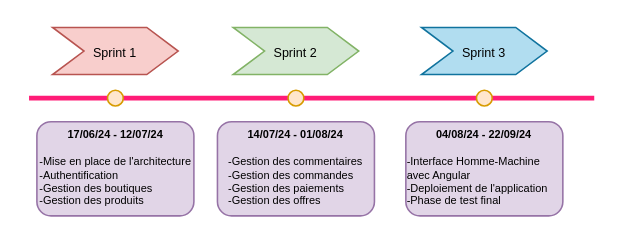
Above: specification des sprints.drawio in amine-elarass49/angular_doc (draw.io), before the change. Source tidied: cells renumbered, new cells numbered last; positions are measured from the earlier drawing's top-left corner, leaving out a move shared by most shapes. Both pictures are drawn from the tidied source at 157%, with x=0, y=0 at pixel (28, 27).
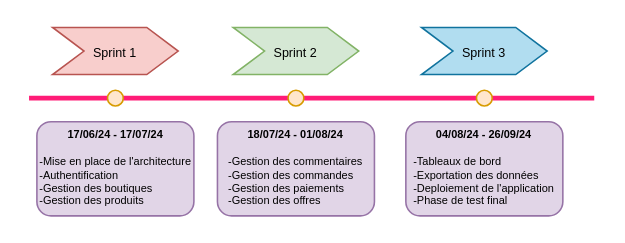
Above is the later version.

The edit, as a diff of the source:
```diff
@@
 <mxGraphModel>
   <root>
     <mxCell id="0" />
     <mxCell id="1" parent="0" />
-    <mxCell id="2" value="&lt;div style=&quot;font-size: 7px;&quot; align=&quot;center&quot;&gt;&lt;b&gt;&lt;font style=&quot;font-size: 7px;&quot;&gt;17/06/24 - 12/07/24&lt;br&gt;&lt;/font&gt;&lt;/b&gt;&lt;/div&gt;&lt;div style=&quot;font-size: 7px;&quot; align=&quot;left&quot;&gt;&lt;b&gt;&lt;font style=&quot;font-size: 7px;&quot;&gt;&lt;br&gt;&lt;/font&gt;&lt;/b&gt;&lt;/div&gt;&lt;div style=&quot;font-size: 7px;&quot; align=&quot;left&quot;&gt;&lt;font style=&quot;font-size: 7px;&quot;&gt;-Mise en place de l'architecture &lt;br&gt;&lt;/font&gt;&lt;/div&gt;&lt;div style=&quot;font-size: 7px;&quot; align=&quot;left&quot;&gt;&lt;font style=&quot;font-size: 7px;&quot;&gt;-Authentification&lt;/font&gt;&lt;/div&gt;&lt;div style=&quot;font-size: 7px;&quot; align=&quot;left&quot;&gt;&lt;font style=&quot;font-size: 7px;&quot;&gt;-Gestion des boutiques&lt;/font&gt;&lt;/div&gt;&lt;div style=&quot;font-size: 7px;&quot; align=&quot;left&quot;&gt;&lt;font style=&quot;font-size: 7px;&quot;&gt;-Gestion des produits&lt;/font&gt;&lt;/div&gt;" style="rounded=1;whiteSpace=wrap;html=1;fillColor=#e1d5e7;strokeColor=#9673a6;align=left;" parent="1" vertex="1">
+    <mxCell id="2" value="&lt;div style=&quot;font-size: 7px;&quot; align=&quot;center&quot;&gt;&lt;b&gt;&lt;font style=&quot;font-size: 7px;&quot;&gt;17/06/24 - 17/07/24&lt;br&gt;&lt;/font&gt;&lt;/b&gt;&lt;/div&gt;&lt;div style=&quot;font-size: 7px;&quot; align=&quot;left&quot;&gt;&lt;b&gt;&lt;font style=&quot;font-size: 7px;&quot;&gt;&lt;br&gt;&lt;/font&gt;&lt;/b&gt;&lt;/div&gt;&lt;div style=&quot;font-size: 7px;&quot; align=&quot;left&quot;&gt;&lt;font style=&quot;font-size: 7px;&quot;&gt;-Mise en place de l'architecture &lt;br&gt;&lt;/font&gt;&lt;/div&gt;&lt;div style=&quot;font-size: 7px;&quot; align=&quot;left&quot;&gt;&lt;font style=&quot;font-size: 7px;&quot;&gt;-Authentification&lt;/font&gt;&lt;/div&gt;&lt;div style=&quot;font-size: 7px;&quot; align=&quot;left&quot;&gt;&lt;font style=&quot;font-size: 7px;&quot;&gt;-Gestion des boutiques&lt;/font&gt;&lt;/div&gt;&lt;div style=&quot;font-size: 7px;&quot; align=&quot;left&quot;&gt;&lt;font style=&quot;font-size: 7px;&quot;&gt;-Gestion des produits&lt;/font&gt;&lt;/div&gt;" style="rounded=1;whiteSpace=wrap;html=1;fillColor=#e1d5e7;strokeColor=#9673a6;align=left;" parent="1" vertex="1">
       <mxGeometry x="5" y="60" width="100" height="60" as="geometry" />
     </mxCell>
     <mxCell id="3" style="endArrow=none;html=1;rounded=0;strokeColor=#FF1C77;strokeWidth=3;" parent="1" edge="1">
       <mxGeometry relative="1" as="geometry">
         <mxPoint y="45" as="sourcePoint" />
         <mxPoint x="360" y="45" as="targetPoint" />
       </mxGeometry>
     </mxCell>
     <mxCell id="4" style="ellipse;whiteSpace=wrap;html=1;perimeterSpacing=4;strokeWidth=1;fillColor=#ffe6cc;strokeColor=#d79b00;" parent="1" vertex="1">
       <mxGeometry x="50" y="40" width="10" height="10" as="geometry" />
     </mxCell>
     <mxCell id="5" value="&lt;font style=&quot;font-size: 8px;&quot;&gt;Sprint 1&lt;/font&gt;" style="shape=step;perimeter=stepPerimeter;whiteSpace=wrap;html=1;fixedSize=1;fillColor=#f8cecc;strokeColor=#b85450;" parent="1" vertex="1">
       <mxGeometry x="15" width="80" height="30" as="geometry" />
     </mxCell>
-    <mxCell id="6" value="&lt;div style=&quot;font-size: 7px;&quot;&gt;&lt;b&gt;&lt;font style=&quot;font-size: 7px;&quot;&gt;14/07/24 - 01/08/24&lt;br&gt;&lt;/font&gt;&lt;/b&gt;&lt;/div&gt;&lt;div style=&quot;font-size: 7px;&quot; align=&quot;left&quot;&gt;&lt;b&gt;&lt;font style=&quot;font-size: 7px;&quot;&gt;&lt;br&gt;&lt;/font&gt;&lt;/b&gt;&lt;/div&gt;&lt;div style=&quot;font-size: 7px;&quot; align=&quot;left&quot;&gt;&lt;font style=&quot;font-size: 7px;&quot;&gt;-Gestion des commentaires&lt;br&gt;&lt;/font&gt;&lt;/div&gt;&lt;div style=&quot;font-size: 7px;&quot; align=&quot;left&quot;&gt;&lt;font style=&quot;font-size: 7px;&quot;&gt;-Gestion des commandes&lt;br&gt;&lt;/font&gt;&lt;/div&gt;&lt;div style=&quot;font-size: 7px;&quot; align=&quot;left&quot;&gt;&lt;font style=&quot;font-size: 7px;&quot;&gt;-Gestion des paiements&lt;/font&gt;&lt;/div&gt;&lt;div style=&quot;font-size: 7px;&quot; align=&quot;left&quot;&gt;&lt;font style=&quot;font-size: 7px;&quot;&gt;-Gestion des offres&lt;br&gt;&lt;/font&gt;&lt;/div&gt;" style="rounded=1;whiteSpace=wrap;html=1;fillColor=#e1d5e7;strokeColor=#9673a6;" parent="1" vertex="1">
+    <mxCell id="6" value="&lt;div style=&quot;font-size: 7px;&quot;&gt;&lt;b&gt;&lt;font style=&quot;font-size: 7px;&quot;&gt;18/07/24 - 01/08/24&lt;br&gt;&lt;/font&gt;&lt;/b&gt;&lt;/div&gt;&lt;div style=&quot;font-size: 7px;&quot; align=&quot;left&quot;&gt;&lt;b&gt;&lt;font style=&quot;font-size: 7px;&quot;&gt;&lt;br&gt;&lt;/font&gt;&lt;/b&gt;&lt;/div&gt;&lt;div style=&quot;font-size: 7px;&quot; align=&quot;left&quot;&gt;&lt;font style=&quot;font-size: 7px;&quot;&gt;-Gestion des commentaires&lt;br&gt;&lt;/font&gt;&lt;/div&gt;&lt;div style=&quot;font-size: 7px;&quot; align=&quot;left&quot;&gt;&lt;font style=&quot;font-size: 7px;&quot;&gt;-Gestion des commandes&lt;br&gt;&lt;/font&gt;&lt;/div&gt;&lt;div style=&quot;font-size: 7px;&quot; align=&quot;left&quot;&gt;&lt;font style=&quot;font-size: 7px;&quot;&gt;-Gestion des paiements&lt;/font&gt;&lt;/div&gt;&lt;div style=&quot;font-size: 7px;&quot; align=&quot;left&quot;&gt;&lt;font style=&quot;font-size: 7px;&quot;&gt;-Gestion des offres&lt;br&gt;&lt;/font&gt;&lt;/div&gt;" style="rounded=1;whiteSpace=wrap;html=1;fillColor=#e1d5e7;strokeColor=#9673a6;" parent="1" vertex="1">
       <mxGeometry x="120" y="60" width="100" height="60" as="geometry" />
     </mxCell>
     <mxCell id="7" style="ellipse;whiteSpace=wrap;html=1;perimeterSpacing=4;strokeWidth=1;fillColor=#ffe6cc;strokeColor=#d79b00;" parent="1" vertex="1">
       <mxGeometry x="165" y="40" width="10" height="10" as="geometry" />
     </mxCell>
     <mxCell id="8" value="&lt;font style=&quot;font-size: 8px;&quot;&gt;Sprint 2&lt;br&gt;&lt;/font&gt;" style="shape=step;perimeter=stepPerimeter;whiteSpace=wrap;html=1;fixedSize=1;fillColor=#d5e8d4;strokeColor=#82b366;" parent="1" vertex="1">
       <mxGeometry x="130" width="80" height="30" as="geometry" />
     </mxCell>
-    <mxCell id="9" value="&lt;div style=&quot;font-size: 7px;&quot;&gt;&lt;b&gt;&lt;font style=&quot;font-size: 7px;&quot;&gt;04/08/24 - 22/09/24&lt;br&gt;&lt;/font&gt;&lt;/b&gt;&lt;/div&gt;&lt;div style=&quot;font-size: 7px;&quot;&gt;&lt;b&gt;&lt;font style=&quot;font-size: 7px;&quot;&gt;&lt;br&gt;&lt;/font&gt;&lt;/b&gt;&lt;/div&gt;&lt;div style=&quot;font-size: 7px;&quot; align=&quot;left&quot;&gt;&lt;font style=&quot;font-size: 7px;&quot;&gt;-Interface Homme-Machine avec Angular&lt;br&gt;&lt;/font&gt;&lt;/div&gt;&lt;div style=&quot;font-size: 7px;&quot; align=&quot;left&quot;&gt;&lt;font style=&quot;font-size: 7px;&quot;&gt;-Deploiement de l'application&lt;br&gt;&lt;/font&gt;&lt;/div&gt;&lt;div style=&quot;font-size: 7px;&quot; align=&quot;left&quot;&gt;&lt;font style=&quot;font-size: 7px;&quot;&gt;-Phase de test final&lt;br&gt;&lt;/font&gt;&lt;/div&gt;" style="rounded=1;whiteSpace=wrap;html=1;fillColor=#e1d5e7;strokeColor=#9673a6;" parent="1" vertex="1">
+    <mxCell id="9" value="&lt;div style=&quot;font-size: 7px;&quot;&gt;&lt;b&gt;&lt;font style=&quot;font-size: 7px;&quot;&gt;04/08/24 - 26/09/24&lt;br&gt;&lt;/font&gt;&lt;/b&gt;&lt;/div&gt;&lt;div style=&quot;font-size: 7px;&quot;&gt;&lt;b&gt;&lt;font style=&quot;font-size: 7px;&quot;&gt;&lt;br&gt;&lt;/font&gt;&lt;/b&gt;&lt;/div&gt;&lt;div style=&quot;font-size: 7px;&quot; align=&quot;left&quot;&gt;&lt;font style=&quot;font-size: 7px;&quot;&gt;-Tableaux de bord&lt;br&gt;&lt;/font&gt;&lt;/div&gt;&lt;div style=&quot;font-size: 7px;&quot; align=&quot;left&quot;&gt;&lt;font style=&quot;font-size: 7px;&quot;&gt;-Exportation des données&lt;br&gt;&lt;/font&gt;&lt;/div&gt;&lt;div style=&quot;font-size: 7px;&quot; align=&quot;left&quot;&gt;&lt;font style=&quot;font-size: 7px;&quot;&gt;-Deploiement de l'application&lt;br&gt;&lt;/font&gt;&lt;/div&gt;&lt;div style=&quot;font-size: 7px;&quot; align=&quot;left&quot;&gt;&lt;font style=&quot;font-size: 7px;&quot;&gt;-Phase de test final&lt;br&gt;&lt;/font&gt;&lt;/div&gt;" style="rounded=1;whiteSpace=wrap;html=1;fillColor=#e1d5e7;strokeColor=#9673a6;" parent="1" vertex="1">
       <mxGeometry x="240" y="60" width="100" height="60" as="geometry" />
     </mxCell>
     <mxCell id="10" style="ellipse;whiteSpace=wrap;html=1;perimeterSpacing=4;strokeWidth=1;fillColor=#ffe6cc;strokeColor=#d79b00;" parent="1" vertex="1">
       <mxGeometry x="285" y="40" width="10" height="10" as="geometry" />
     </mxCell>
     <mxCell id="11" value="&lt;font style=&quot;font-size: 8px;&quot;&gt;Sprint 3&lt;br&gt;&lt;/font&gt;" style="shape=step;perimeter=stepPerimeter;whiteSpace=wrap;html=1;fixedSize=1;fillColor=#b1ddf0;strokeColor=#10739e;" parent="1" vertex="1">
       <mxGeometry x="250" width="80" height="30" as="geometry" />
     </mxCell>
   </root>
 </mxGraphModel>
```
